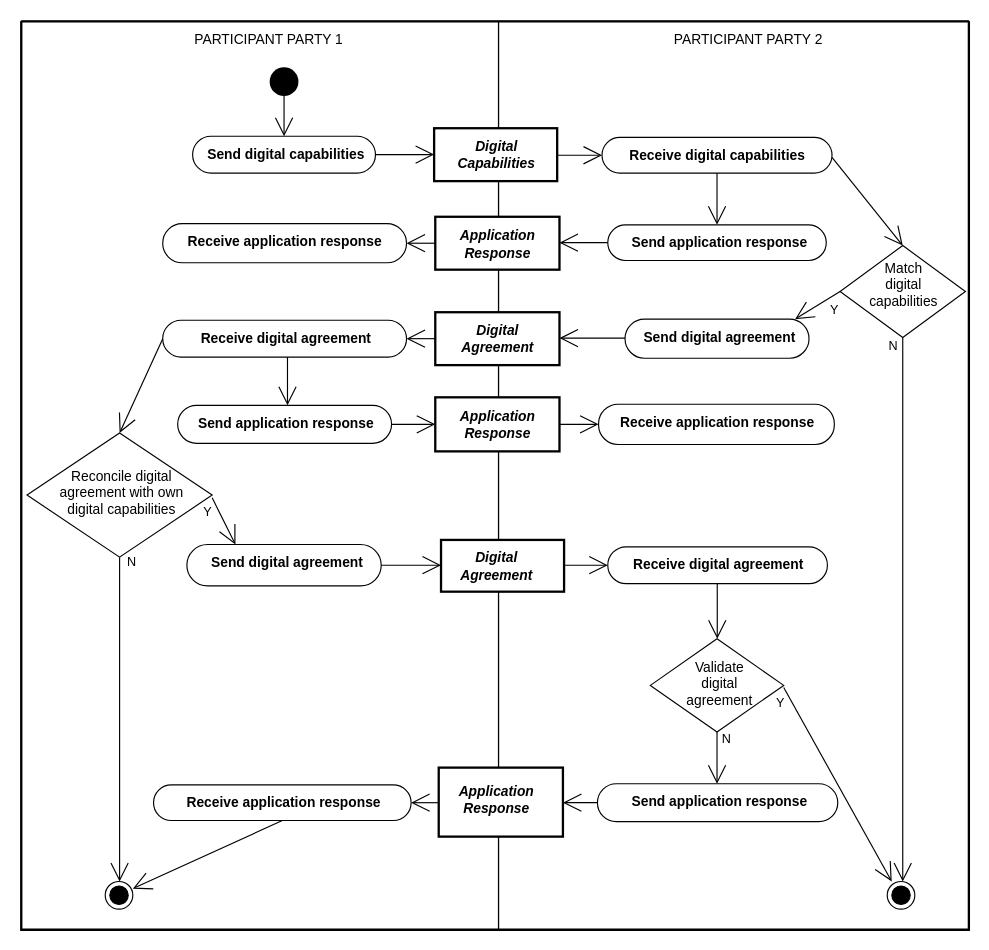
The draw.io diagram diagrams/UBL-2.2-DigitalAgreement/UBL-2.2-DigitalAgreement.drawio in kduvekot/ubl-work-on-svg-images, before the edit. Source tidied: cells renumbered, new cells numbered last; positions are measured from the earlier drawing's top-left corner, leaving out a move shared by most shapes. Both pictures are drawn from the tidied source at 115%, with x=0, y=0 at pixel (21, 21).
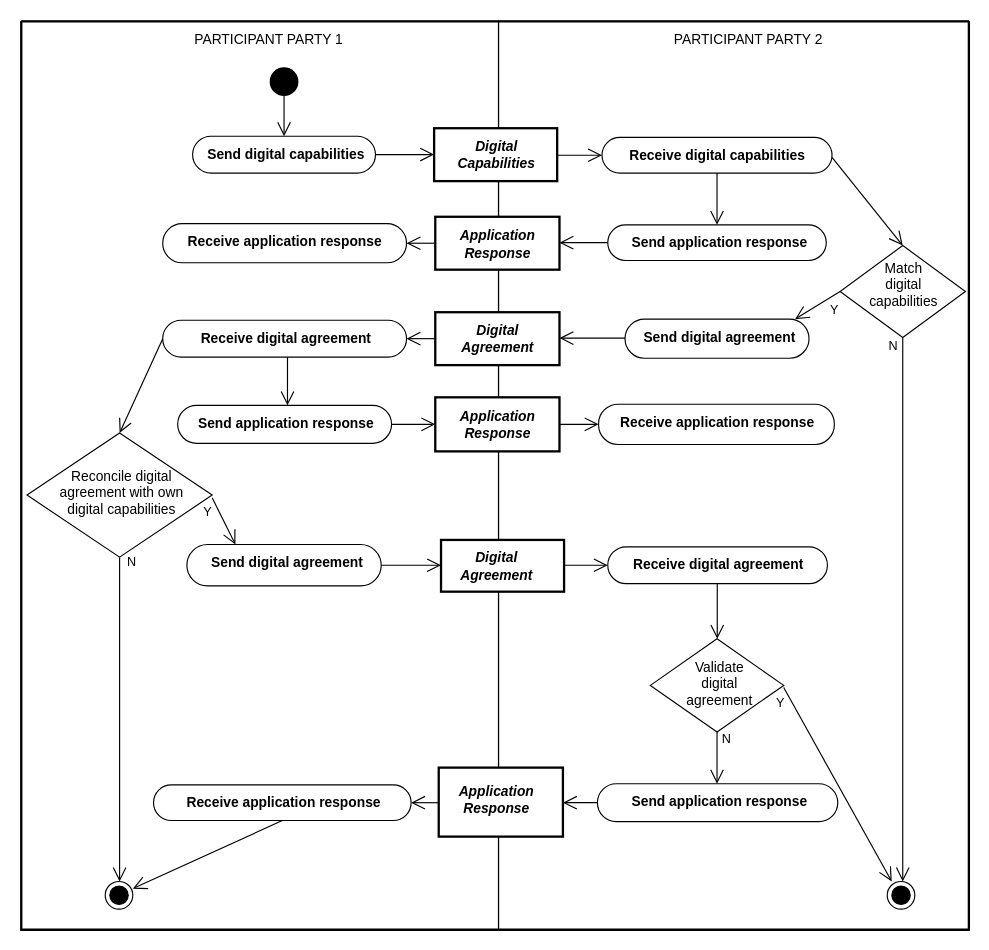
The same page after the edit.

The change refers to these unchanged cells:
```xml
<mxCell id="2" style="swimlane;html=1;startSize=0;whiteSpace=wrap;fillColor=none;strokeWidth=2;" parent="1" vertex="1">
<mxCell id="3" value="PARTICIPANT PARTY 1" style="swimlane;horizontal=1;startSize=31;swimlaneLine=0;html=1;fillColor=none;fontStyle=0;spacing=0;spacingLeft=14;" parent="2" vertex="1">
<mxCell id="4" value="PARTICIPANT PARTY 2" style="swimlane;horizontal=1;startSize=31;swimlaneLine=0;html=1;fillColor=none;fontStyle=0;spacing=0;spacingLeft=24;" parent="2" vertex="1">
<mxCell id="5" style="ellipse;shape=startState;fillColor=#000000;strokeColor=none;html=1;" parent="3" vertex="1">
<mxCell id="6" value="Digital&lt;br&gt;Capabilities" style="rounded=0;html=1;whiteSpace=nowrap;fontStyle=3;align=center;verticalAlign=middle;spacing=0;spacingLeft=1;strokeWidth=2;" parent="4" vertex="1">
<mxCell id="7" value="Send digital capabilities" style="rounded=1;absoluteArcSize=1;arcSize=34;html=1;whiteSpace=nowrap;fontStyle=1;align=center;verticalAlign=middle;spacing=0;spacingLeft=3;spacingBottom=1;" parent="3" vertex="1">
<mxCell id="8" value="Receive digital capabilities" style="rounded=1;absoluteArcSize=1;arcSize=33;html=1;whiteSpace=nowrap;fontStyle=1;align=center;verticalAlign=middle;spacing=0;" parent="4" vertex="1">
<mxCell id="9" value="Application&lt;br&gt;Response" style="rounded=0;html=1;whiteSpace=nowrap;fontStyle=3;align=center;verticalAlign=middle;spacing=0;spacingRight=1;spacingTop=1;strokeWidth=2;" parent="4" vertex="1">
<mxCell id="10" value="Receive application response" style="rounded=1;absoluteArcSize=1;arcSize=34;html=1;whiteSpace=nowrap;fontStyle=1;align=center;verticalAlign=middle;spacing=0;spacingBottom=2;" parent="3" vertex="1">
<mxCell id="11" value="Send application response" style="rounded=1;absoluteArcSize=1;arcSize=34;html=1;whiteSpace=nowrap;fontStyle=1;align=center;verticalAlign=middle;spacing=0;spacingLeft=3;" parent="4" vertex="1">
<mxCell id="12" value="Match&lt;br&gt;digital&lt;br&gt;capabilities" style="rhombus;html=1;whiteSpace=nowrap;fontStyle=0;align=center;verticalAlign=middle;spacing=0;spacingLeft=1;spacingBottom=12;" parent="4" vertex="1">
<mxCell id="13" value="Digital&lt;br&gt;Agreement" style="rounded=0;html=1;whiteSpace=nowrap;fontStyle=3;align=center;verticalAlign=middle;spacing=0;spacingRight=1;spacingBottom=1;strokeWidth=2;" parent="4" vertex="1">
<mxCell id="14" value="Receive digital agreement" style="rounded=1;absoluteArcSize=1;arcSize=34;html=1;whiteSpace=nowrap;fontStyle=1;align=center;verticalAlign=middle;spacing=0;spacingLeft=1;spacingBottom=1;" parent="3" vertex="1">
<mxCell id="15" value="Send digital agreement" style="rounded=1;absoluteArcSize=1;arcSize=34;html=1;whiteSpace=nowrap;fontStyle=1;align=center;verticalAlign=middle;spacing=0;spacingLeft=3;spacingBottom=3;" parent="4" vertex="1">
<mxCell id="16" value="Application&lt;br&gt;Response" style="rounded=0;html=1;whiteSpace=nowrap;fontStyle=3;align=center;verticalAlign=middle;spacing=0;spacingRight=1;strokeWidth=2;" parent="4" vertex="1">
<mxCell id="17" value="Receive application response" style="rounded=1;absoluteArcSize=1;arcSize=34;html=1;whiteSpace=nowrap;fontStyle=1;align=center;verticalAlign=middle;spacing=0;spacingBottom=3;" parent="4" vertex="1">
<mxCell id="18" value="Send application response" style="rounded=1;absoluteArcSize=1;arcSize=33;html=1;whiteSpace=nowrap;fontStyle=1;align=center;verticalAlign=middle;spacing=0;spacingLeft=2;spacingBottom=1;" parent="3" vertex="1">
<mxCell id="19" value="Reconcile digital&lt;br&gt;agreement with own&lt;br&gt;digital capabilities" style="rhombus;html=1;whiteSpace=nowrap;fontStyle=0;align=center;verticalAlign=middle;spacing=0;spacingLeft=2;spacingBottom=5;" parent="3" vertex="1">
<mxCell id="20" value="Digital&lt;br&gt;Agreement" style="rounded=0;html=1;whiteSpace=nowrap;fontStyle=3;align=center;verticalAlign=middle;spacing=0;spacingRight=11;strokeWidth=2;" parent="4" vertex="1">
<mxCell id="21" value="Send digital agreement" style="rounded=1;absoluteArcSize=1;arcSize=36;html=1;whiteSpace=nowrap;fontStyle=1;align=center;verticalAlign=middle;spacing=0;spacingLeft=4;spacingBottom=5;" parent="3" vertex="1">
<mxCell id="22" value="Receive digital agreement" style="rounded=1;absoluteArcSize=1;arcSize=34;html=1;whiteSpace=nowrap;fontStyle=1;align=center;verticalAlign=middle;spacing=0;spacingLeft=1;spacingBottom=1;" parent="4" vertex="1">
<mxCell id="23" value="Validate&lt;br&gt;digital&lt;br&gt;agreement" style="rhombus;html=1;whiteSpace=nowrap;fontStyle=0;align=center;verticalAlign=middle;spacing=0;spacingLeft=3;spacingBottom=4;" parent="4" vertex="1">
<mxCell id="24" value="Application&lt;br&gt;Response" style="rounded=0;html=1;whiteSpace=nowrap;fontStyle=3;align=center;verticalAlign=middle;spacing=0;spacingRight=8;spacingBottom=4;strokeWidth=2;" parent="4" vertex="1">
<mxCell id="25" value="Send application response" style="rounded=1;absoluteArcSize=1;arcSize=33;html=1;whiteSpace=nowrap;fontStyle=1;align=center;verticalAlign=middle;spacing=0;spacingLeft=3;spacingBottom=1;" parent="4" vertex="1">
<mxCell id="26" value="Receive application response" style="rounded=1;absoluteArcSize=1;arcSize=33;html=1;whiteSpace=nowrap;fontStyle=1;align=center;verticalAlign=middle;spacing=0;spacingLeft=2;" parent="3" vertex="1">
<mxCell id="27" style="ellipse;shape=endState;fillColor=#000000;html=1;" parent="4" vertex="1">
<mxCell id="28" style="ellipse;shape=endState;fillColor=#000000;html=1;" parent="3" vertex="1">
```

The edit, as a diff of the source:
```diff
@@
-    <mxCell id="29" style="edgeStyle=none;rounded=0;html=1;endArrow=open;endFill=0;endSize=14;exitX=0.5;exitY=0.881;exitPerimeter=0;entryX=0.5;entryY=0;entryPerimeter=0;" parent="3" edge="1" source="5" target="7">
+    <mxCell id="29" style="edgeStyle=none;rounded=0;html=1;endArrow=open;endFill=0;endSize=10;exitX=0.5;exitY=0.881;exitPerimeter=0;entryX=0.5;entryY=0;entryPerimeter=0;" parent="3" edge="1" source="5" target="7">
       <mxGeometry relative="1" as="geometry" />
     </mxCell>
-    <mxCell id="30" style="edgeStyle=none;rounded=0;html=1;endArrow=open;endFill=0;endSize=14;exitPerimeter=0;entryX=0;entryY=0.4978;entryPerimeter=0;exitX=1;exitY=0.496837;" parent="2" edge="1" source="7" target="6">
+    <mxCell id="30" style="edgeStyle=none;rounded=0;html=1;endArrow=open;endFill=0;endSize=10;exitPerimeter=0;entryX=0;entryY=0.4978;entryPerimeter=0;exitX=1;exitY=0.496837;" parent="2" edge="1" source="7" target="6">
       <mxGeometry relative="1" as="geometry" />
     </mxCell>
-    <mxCell id="31" style="edgeStyle=none;rounded=0;html=1;endArrow=open;endFill=0;endSize=14;exitPerimeter=0;entryX=0;entryY=0.5;entryPerimeter=0;exitX=1;exitY=0.51087;" parent="4" edge="1" source="6" target="8">
+    <mxCell id="31" style="edgeStyle=none;rounded=0;html=1;endArrow=open;endFill=0;endSize=10;exitPerimeter=0;entryX=0;entryY=0.5;entryPerimeter=0;exitX=1;exitY=0.51087;" parent="4" edge="1" source="6" target="8">
       <mxGeometry relative="1" as="geometry" />
     </mxCell>
-    <mxCell id="32" style="edgeStyle=none;rounded=0;html=1;endArrow=open;endFill=0;endSize=14;exitX=1;exitY=0.5595;exitPerimeter=0;entryX=0.5;entryY=0;entryPerimeter=0;" parent="4" edge="1" source="8" target="12">
+    <mxCell id="32" style="edgeStyle=none;rounded=0;html=1;endArrow=open;endFill=0;endSize=10;exitX=1;exitY=0.5595;exitPerimeter=0;entryX=0.5;entryY=0;entryPerimeter=0;" parent="4" edge="1" source="8" target="12">
       <mxGeometry relative="1" as="geometry" />
     </mxCell>
-    <mxCell id="33" style="edgeStyle=none;rounded=0;html=1;endArrow=open;endFill=0;endSize=14;exitX=0.5;exitY=1;exitPerimeter=0;entryX=0.5;entryY=0;entryPerimeter=0;" parent="4" edge="1" source="8" target="11">
+    <mxCell id="33" style="edgeStyle=none;rounded=0;html=1;endArrow=open;endFill=0;endSize=10;exitX=0.5;exitY=1;exitPerimeter=0;entryX=0.5;entryY=0;entryPerimeter=0;" parent="4" edge="1" source="8" target="11">
       <mxGeometry relative="1" as="geometry" />
     </mxCell>
-    <mxCell id="34" style="edgeStyle=none;rounded=0;html=1;endArrow=open;endFill=0;endSize=14;exitX=0;exitY=0.5;exitPerimeter=0;entryX=1;entryY=0.5;entryPerimeter=0;" parent="2" edge="1" source="9" target="10">
+    <mxCell id="34" style="edgeStyle=none;rounded=0;html=1;endArrow=open;endFill=0;endSize=10;exitX=0;exitY=0.5;exitPerimeter=0;entryX=1;entryY=0.5;entryPerimeter=0;" parent="2" edge="1" source="9" target="10">
       <mxGeometry relative="1" as="geometry" />
     </mxCell>
-    <mxCell id="35" style="edgeStyle=none;rounded=0;html=1;endArrow=open;endFill=0;endSize=14;exitX=0;exitY=0.5;exitPerimeter=0;entryPerimeter=0;entryX=1;entryY=0.48913;" parent="4" edge="1" source="11" target="9">
+    <mxCell id="35" style="edgeStyle=none;rounded=0;html=1;endArrow=open;endFill=0;endSize=10;exitX=0;exitY=0.5;exitPerimeter=0;entryPerimeter=0;entryX=1;entryY=0.48913;" parent="4" edge="1" source="11" target="9">
       <mxGeometry relative="1" as="geometry" />
     </mxCell>
-    <mxCell id="36" value="Y" style="edgeStyle=none;rounded=0;html=1;endArrow=open;endFill=0;endSize=14;exitX=0;exitY=0.5;exitPerimeter=0;entryX=0.9241;entryY=0;entryPerimeter=0;fontStyle=0;align=center;verticalAlign=middle;labelBackgroundColor=none;" parent="4" edge="1" source="12" target="15">
+    <mxCell id="36" value="Y" style="edgeStyle=none;rounded=0;html=1;endArrow=open;endFill=0;endSize=10;exitX=0;exitY=0.5;exitPerimeter=0;entryX=0.9241;entryY=0;entryPerimeter=0;fontStyle=0;align=center;verticalAlign=middle;labelBackgroundColor=none;" parent="4" edge="1" source="12" target="15">
       <mxGeometry x="-0.44" relative="1" as="geometry">
         <mxPoint x="6" y="9" as="offset" />
       </mxGeometry>
     </mxCell>
-    <mxCell id="37" style="edgeStyle=none;rounded=0;html=1;endArrow=open;endFill=0;endSize=14;exitX=0;exitY=0.5;exitPerimeter=0;entryX=1;entryY=0.5;entryPerimeter=0;" parent="2" edge="1" source="13" target="14">
+    <mxCell id="37" style="edgeStyle=none;rounded=0;html=1;endArrow=open;endFill=0;endSize=10;exitX=0;exitY=0.5;exitPerimeter=0;entryX=1;entryY=0.5;entryPerimeter=0;" parent="2" edge="1" source="13" target="14">
       <mxGeometry relative="1" as="geometry" />
     </mxCell>
-    <mxCell id="38" style="edgeStyle=none;rounded=0;html=1;endArrow=open;endFill=0;endSize=14;exitPerimeter=0;entryX=1;entryY=0.4893;entryPerimeter=0;exitX=0;exitY=0.485524;" parent="4" edge="1" source="15" target="13">
+    <mxCell id="38" style="edgeStyle=none;rounded=0;html=1;endArrow=open;endFill=0;endSize=10;exitPerimeter=0;entryX=1;entryY=0.4893;entryPerimeter=0;exitX=0;exitY=0.485524;" parent="4" edge="1" source="15" target="13">
       <mxGeometry relative="1" as="geometry" />
     </mxCell>
-    <mxCell id="39" style="edgeStyle=none;rounded=0;html=1;endArrow=open;endFill=0;endSize=14;exitX=0;exitY=0.5;exitPerimeter=0;entryX=0.5;entryY=0;entryPerimeter=0;" parent="3" edge="1" source="14" target="19">
+    <mxCell id="39" style="edgeStyle=none;rounded=0;html=1;endArrow=open;endFill=0;endSize=10;exitX=0;exitY=0.5;exitPerimeter=0;entryX=0.5;entryY=0;entryPerimeter=0;" parent="3" edge="1" source="14" target="19">
       <mxGeometry relative="1" as="geometry" />
     </mxCell>
-    <mxCell id="40" value="N" style="edgeStyle=none;rounded=0;html=1;endArrow=open;endFill=0;endSize=14;exitX=0.5;exitY=1;exitPerimeter=0;entryPerimeter=0;fontStyle=0;align=center;verticalAlign=middle;labelBackgroundColor=none;entryX=0.5625;entryY=0;" parent="4" edge="1" source="12" target="27">
+    <mxCell id="40" value="N" style="edgeStyle=none;rounded=0;html=1;endArrow=open;endFill=0;endSize=10;exitX=0.5;exitY=1;exitPerimeter=0;entryPerimeter=0;fontStyle=0;align=center;verticalAlign=middle;labelBackgroundColor=none;entryX=0.5625;entryY=0;" parent="4" edge="1" source="12" target="27">
       <mxGeometry x="-0.97" relative="1" as="geometry">
         <mxPoint x="-9" as="offset" />
       </mxGeometry>
     </mxCell>
-    <mxCell id="41" style="edgeStyle=none;rounded=0;html=1;endArrow=open;endFill=0;endSize=14;exitPerimeter=0;entryX=0.5134;entryY=0;entryPerimeter=0;exitX=0.511757;exitY=1;" parent="3" edge="1" source="14" target="18">
+    <mxCell id="41" style="edgeStyle=none;rounded=0;html=1;endArrow=open;endFill=0;endSize=10;exitPerimeter=0;entryX=0.5134;entryY=0;entryPerimeter=0;exitX=0.511757;exitY=1;" parent="3" edge="1" source="14" target="18">
       <mxGeometry relative="1" as="geometry" />
     </mxCell>
-    <mxCell id="42" style="edgeStyle=none;rounded=0;html=1;endArrow=open;endFill=0;endSize=14;exitX=1;exitY=0.5;exitPerimeter=0;entryX=0;entryY=0.5;entryPerimeter=0;" parent="2" edge="1" source="18" target="16">
+    <mxCell id="42" style="edgeStyle=none;rounded=0;html=1;endArrow=open;endFill=0;endSize=10;exitX=1;exitY=0.5;exitPerimeter=0;entryX=0;entryY=0.5;entryPerimeter=0;" parent="2" edge="1" source="18" target="16">
       <mxGeometry relative="1" as="geometry" />
     </mxCell>
-    <mxCell id="43" style="edgeStyle=none;rounded=0;html=1;endArrow=open;endFill=0;endSize=14;exitX=1;exitY=0.5;exitPerimeter=0;entryX=0;entryY=0.5;entryPerimeter=0;" parent="4" edge="1" source="16" target="17">
+    <mxCell id="43" style="edgeStyle=none;rounded=0;html=1;endArrow=open;endFill=0;endSize=10;exitX=1;exitY=0.5;exitPerimeter=0;entryX=0;entryY=0.5;entryPerimeter=0;" parent="4" edge="1" source="16" target="17">
       <mxGeometry relative="1" as="geometry" />
     </mxCell>
-    <mxCell id="44" value="Y" style="edgeStyle=none;rounded=0;html=1;endArrow=open;endFill=0;endSize=14;exitX=1;exitY=0.5223;exitPerimeter=0;entryX=0.25;entryY=0;entryPerimeter=0;fontStyle=0;align=center;verticalAlign=middle;labelBackgroundColor=none;" parent="3" edge="1" source="19" target="21">
+    <mxCell id="44" value="Y" style="edgeStyle=none;rounded=0;html=1;endArrow=open;endFill=0;endSize=10;exitX=1;exitY=0.5223;exitPerimeter=0;entryX=0.25;entryY=0;entryPerimeter=0;fontStyle=0;align=center;verticalAlign=middle;labelBackgroundColor=none;" parent="3" edge="1" source="19" target="21">
       <mxGeometry x="-0.57" relative="1" as="geometry">
         <mxPoint x="-8" y="4" as="offset" />
       </mxGeometry>
     </mxCell>
-    <mxCell id="45" style="edgeStyle=none;rounded=0;html=1;endArrow=open;endFill=0;endSize=14;exitX=1;exitY=0.5;exitPerimeter=0;entryPerimeter=0;entryX=0;entryY=0.488889;" parent="2" edge="1" source="21" target="20">
+    <mxCell id="45" style="edgeStyle=none;rounded=0;html=1;endArrow=open;endFill=0;endSize=10;exitX=1;exitY=0.5;exitPerimeter=0;entryPerimeter=0;entryX=0;entryY=0.488889;" parent="2" edge="1" source="21" target="20">
       <mxGeometry relative="1" as="geometry" />
     </mxCell>
-    <mxCell id="46" style="edgeStyle=none;rounded=0;html=1;endArrow=open;endFill=0;endSize=14;exitPerimeter=0;entryX=0;entryY=0.5;entryPerimeter=0;exitX=1;exitY=0.488889;" parent="4" edge="1" source="20" target="22">
+    <mxCell id="46" style="edgeStyle=none;rounded=0;html=1;endArrow=open;endFill=0;endSize=10;exitPerimeter=0;entryX=0;entryY=0.5;entryPerimeter=0;exitX=1;exitY=0.488889;" parent="4" edge="1" source="20" target="22">
       <mxGeometry relative="1" as="geometry" />
     </mxCell>
-    <mxCell id="47" value="N" style="edgeStyle=none;rounded=0;html=1;endArrow=open;endFill=0;endSize=14;exitX=0.5;exitY=1;exitPerimeter=0;entryPerimeter=0;fontStyle=0;align=center;verticalAlign=middle;labelBackgroundColor=none;entryX=0.520833;entryY=0;" parent="3" edge="1" source="19" target="28">
+    <mxCell id="47" value="N" style="edgeStyle=none;rounded=0;html=1;endArrow=open;endFill=0;endSize=10;exitX=0.5;exitY=1;exitPerimeter=0;entryPerimeter=0;fontStyle=0;align=center;verticalAlign=middle;labelBackgroundColor=none;entryX=0.520833;entryY=0;" parent="3" edge="1" source="19" target="28">
       <mxGeometry x="-0.97" relative="1" as="geometry">
         <mxPoint x="11" as="offset" />
       </mxGeometry>
     </mxCell>
-    <mxCell id="48" style="edgeStyle=none;rounded=0;html=1;endArrow=open;endFill=0;endSize=14;exitPerimeter=0;entryX=0.5017;entryY=0;entryPerimeter=0;exitX=0.498415;exitY=1;" parent="4" edge="1" source="22" target="23">
+    <mxCell id="48" style="edgeStyle=none;rounded=0;html=1;endArrow=open;endFill=0;endSize=10;exitPerimeter=0;entryX=0.5017;entryY=0;entryPerimeter=0;exitX=0.498415;exitY=1;" parent="4" edge="1" source="22" target="23">
       <mxGeometry relative="1" as="geometry" />
     </mxCell>
-    <mxCell id="49" value="Y" style="edgeStyle=none;rounded=0;html=1;endArrow=open;endFill=0;endSize=14;exitX=1;exitY=0.5235;exitPerimeter=0;entryX=0.1632;entryY=0;entryPerimeter=0;fontStyle=0;align=center;verticalAlign=middle;labelBackgroundColor=none;" parent="4" edge="1" source="23" target="27">
+    <mxCell id="49" value="Y" style="edgeStyle=none;rounded=0;html=1;endArrow=open;endFill=0;endSize=10;exitX=1;exitY=0.5235;exitPerimeter=0;entryX=0.1632;entryY=0;entryPerimeter=0;fontStyle=0;align=center;verticalAlign=middle;labelBackgroundColor=none;" parent="4" edge="1" source="23" target="27">
       <mxGeometry x="-0.89" relative="1" as="geometry">
         <mxPoint x="-8" y="4" as="offset" />
       </mxGeometry>
     </mxCell>
-    <mxCell id="50" value="N" style="edgeStyle=none;rounded=0;html=1;endArrow=open;endFill=0;endSize=14;exitX=0.5;exitY=1;exitPerimeter=0;entryPerimeter=0;fontStyle=0;align=center;verticalAlign=middle;labelBackgroundColor=none;entryX=0.497608;entryY=0;" parent="4" edge="1" source="23" target="25">
+    <mxCell id="50" value="N" style="edgeStyle=none;rounded=0;html=1;endArrow=open;endFill=0;endSize=10;exitX=0.5;exitY=1;exitPerimeter=0;entryPerimeter=0;fontStyle=0;align=center;verticalAlign=middle;labelBackgroundColor=none;entryX=0.497608;entryY=0;" parent="4" edge="1" source="23" target="25">
       <mxGeometry x="-0.74" relative="1" as="geometry">
         <mxPoint x="8" as="offset" />
       </mxGeometry>
     </mxCell>
-    <mxCell id="51" style="edgeStyle=none;rounded=0;html=1;endArrow=open;endFill=0;endSize=14;exitPerimeter=0;entryX=1;entryY=0.5;entryPerimeter=0;exitX=0;exitY=0.508333;" parent="2" edge="1" source="24" target="26">
+    <mxCell id="51" style="edgeStyle=none;rounded=0;html=1;endArrow=open;endFill=0;endSize=10;exitPerimeter=0;entryX=1;entryY=0.5;entryPerimeter=0;exitX=0;exitY=0.508333;" parent="2" edge="1" source="24" target="26">
       <mxGeometry relative="1" as="geometry" />
     </mxCell>
-    <mxCell id="52" style="edgeStyle=none;rounded=0;html=1;endArrow=open;endFill=0;endSize=14;exitX=0;exitY=0.5;exitPerimeter=0;entryPerimeter=0;entryX=1;entryY=0.508333;" parent="4" edge="1" source="25" target="24">
+    <mxCell id="52" style="edgeStyle=none;rounded=0;html=1;endArrow=open;endFill=0;endSize=10;exitX=0;exitY=0.5;exitPerimeter=0;entryPerimeter=0;entryX=1;entryY=0.508333;" parent="4" edge="1" source="25" target="24">
       <mxGeometry relative="1" as="geometry" />
     </mxCell>
-    <mxCell id="53" style="edgeStyle=none;rounded=0;html=1;endArrow=open;endFill=0;endSize=14;exitX=0.5;exitY=1;exitPerimeter=0;entryX=1;entryY=0.2594;entryPerimeter=0;" parent="3" edge="1" source="26" target="28">
+    <mxCell id="53" style="edgeStyle=none;rounded=0;html=1;endArrow=open;endFill=0;endSize=10;exitX=0.5;exitY=1;exitPerimeter=0;entryX=1;entryY=0.2594;entryPerimeter=0;" parent="3" edge="1" source="26" target="28">
       <mxGeometry relative="1" as="geometry" />
     </mxCell>
```
